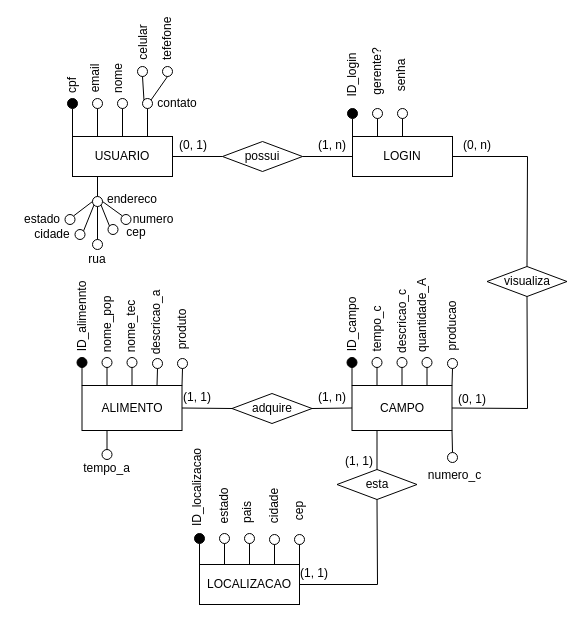
This is conceitual.drawio from Thiago163/api_sistema_trienal, a draw.io file, before an edit. Source tidied: cells renumbered, new cells numbered last; positions are measured from the earlier drawing's top-left corner, leaving out a move shared by most shapes. Both pictures are drawn from the tidied source at 100%, with x=0, y=0 at pixel (27, 30).
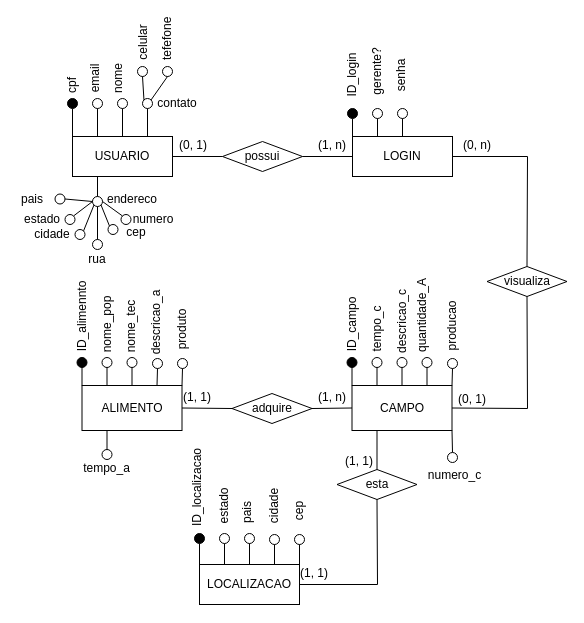
Above is the later version.

Unchanged cells that the change refers to:
```xml
<mxCell id="95" style="ellipse;whiteSpace=wrap;html=1;" parent="1" vertex="1">
  <mxGeometry x="65" y="166" width="10" height="10" as="geometry" />
</mxCell>
```

Change to the diagram source:
```diff
@@
+    <mxCell id="125" style="ellipse;whiteSpace=wrap;html=1;direction=south;" parent="1" vertex="1">
+      <mxGeometry x="27.5" y="163.5" width="10" height="10" as="geometry" />
+    </mxCell>
+    <mxCell id="126" style="endArrow=none;html=1;rounded=0;exitX=0.5;exitY=0;exitDx=0;exitDy=0;entryX=0;entryY=0.5;entryDx=0;entryDy=0;" parent="1" edge="1" source="125" target="95">
+      <mxGeometry relative="1" as="geometry" />
+    </mxCell>
+    <mxCell id="127" value="&lt;font style=&quot;font-size: 12px;&quot;&gt;pais&lt;/font&gt;" style="text;html=1;align=center;verticalAlign=middle;whiteSpace=wrap;rounded=0;rotation=0;" parent="1" vertex="1">
+      <mxGeometry x="-10" y="161" width="30" height="15" as="geometry" />
+    </mxCell>
```
